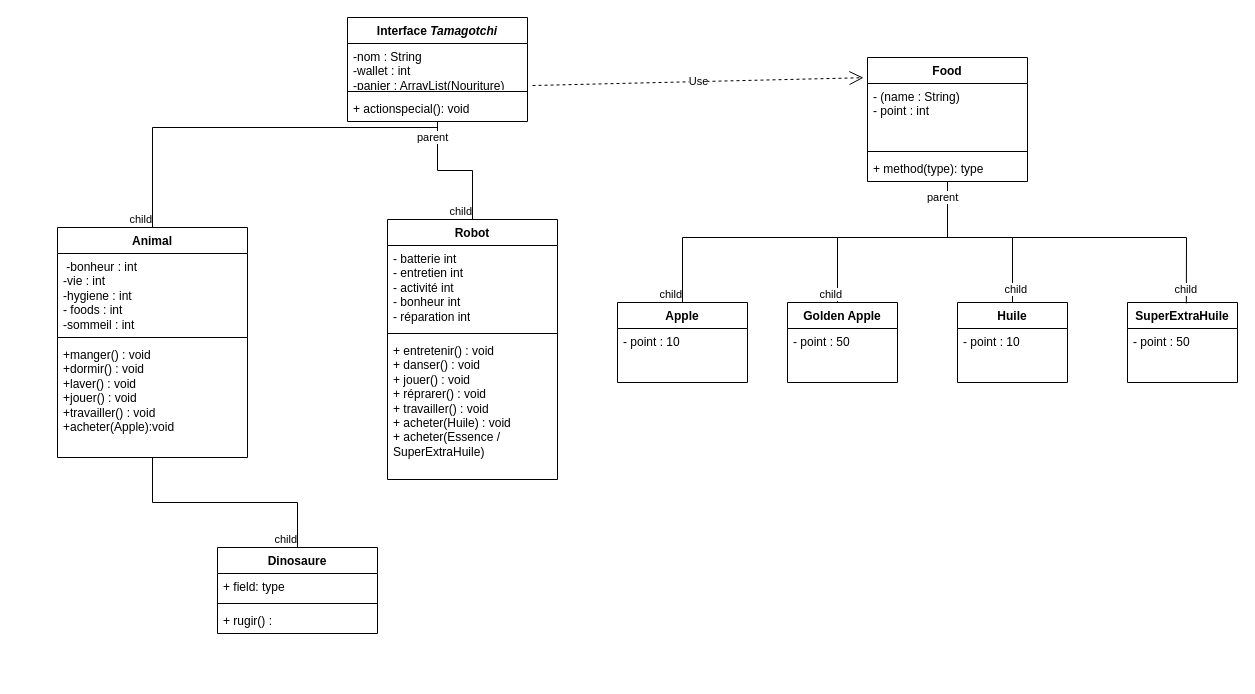
The draw.io diagram page "Page-2" (2 of 2) of Diagram.drawio in BMaurice56/Tamagotchi, before the edit. Source tidied: cells renumbered, new cells numbered last; positions are measured from the earlier drawing's top-left corner, leaving out a move shared by most shapes. Both pictures are drawn from the tidied source at 100%, with x=0, y=0 at pixel (57, 17).
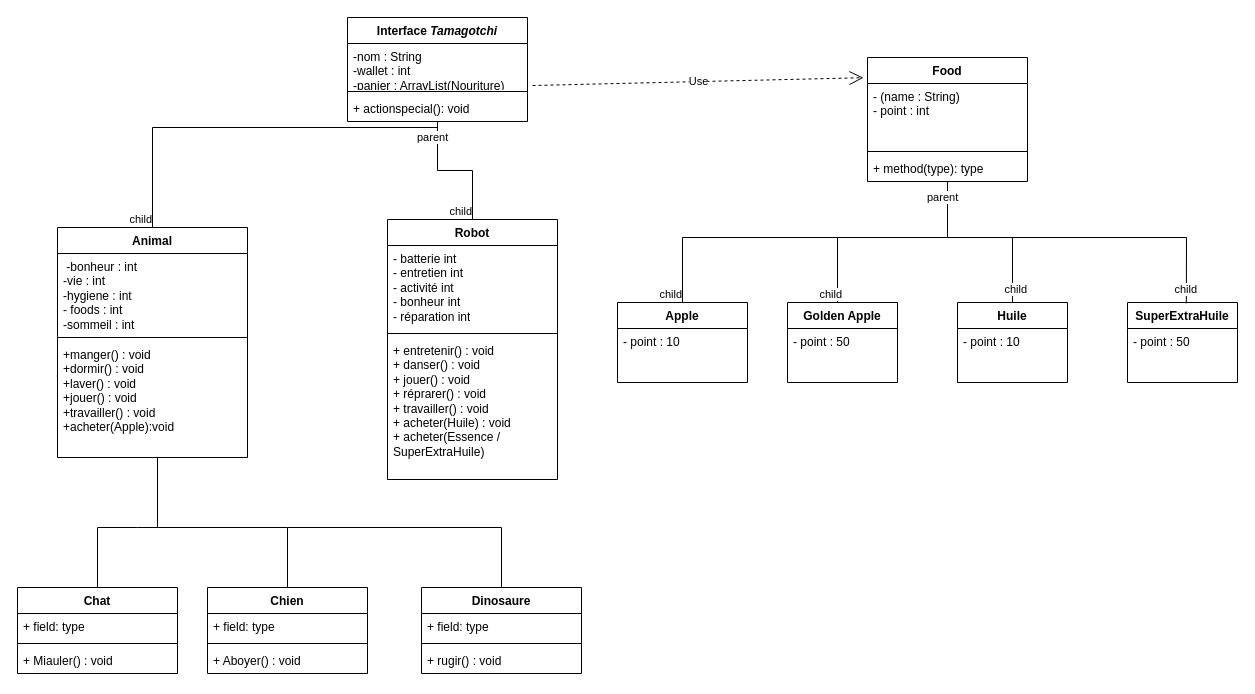
The same page after the edit.

Commit message:
Ajout animaux

The change refers to these unchanged cells:
```xml
<mxCell id="14" value="Animal" style="swimlane;fontStyle=1;align=center;verticalAlign=top;horizontal=1;startSize=26;whiteSpace=wrap;html=1;" parent="1" vertex="1">
  <mxGeometry y="210" width="190" height="230" as="geometry" />
</mxCell>
```

The edit, as a diff of the source:
```diff
@@
     <mxCell id="6" value="Dinosaure" style="swimlane;fontStyle=1;align=center;verticalAlign=top;horizontal=1;startSize=26;whiteSpace=wrap;html=1;" parent="1" vertex="1">
-      <mxGeometry x="160" y="530" width="160" height="86" as="geometry" />
+      <mxGeometry x="364" y="570" width="160" height="86" as="geometry" />
     </mxCell>
@@
-    <mxCell id="9" value="+ rugir() : " style="text;strokeColor=none;fillColor=none;align=left;verticalAlign=top;spacingLeft=4;spacingRight=4;overflow=hidden;whiteSpace=wrap;html=1;" parent="6" vertex="1">
+    <mxCell id="9" value="+ rugir() : void" style="text;strokeColor=none;fillColor=none;align=left;verticalAlign=top;spacingLeft=4;spacingRight=4;overflow=hidden;whiteSpace=wrap;html=1;" parent="6" vertex="1">
       <mxGeometry y="60" width="160" height="26" as="geometry" />
     </mxCell>
@@
-    <mxCell id="23" style="endArrow=none;html=1;edgeStyle=orthogonalEdgeStyle;rounded=0;entryX=0.5;entryY=0;entryDx=0;entryDy=0;exitX=0.5;exitY=1;exitDx=0;exitDy=0;" parent="1" edge="1" source="14" target="6">
-      <mxGeometry relative="1" as="geometry" />
-    </mxCell>
-    <mxCell id="24" value="child" style="edgeLabel;html=1;align=right;verticalAlign=bottom;" parent="23" vertex="1">
-      <mxGeometry x="1" relative="1" as="geometry" />
-    </mxCell>
@@
+    <mxCell id="48" value="Chien" style="swimlane;fontStyle=1;align=center;verticalAlign=top;horizontal=1;startSize=26;whiteSpace=wrap;html=1;" parent="1" vertex="1">
+      <mxGeometry x="150" y="570" width="160" height="86" as="geometry" />
+    </mxCell>
+    <mxCell id="49" value="+ field: type" style="text;strokeColor=none;fillColor=none;align=left;verticalAlign=top;spacingLeft=4;spacingRight=4;overflow=hidden;whiteSpace=wrap;html=1;" parent="48" vertex="1">
+      <mxGeometry y="26" width="160" height="26" as="geometry" />
+    </mxCell>
+    <mxCell id="50" style="line;strokeWidth=1;fillColor=none;align=left;verticalAlign=middle;spacingTop=-1;spacingLeft=3;spacingRight=3;labelPosition=right;strokeColor=inherit;" parent="48" vertex="1">
+      <mxGeometry y="52" width="160" height="8" as="geometry" />
+    </mxCell>
+    <mxCell id="51" value="+ Aboyer() : void" style="text;strokeColor=none;fillColor=none;align=left;verticalAlign=top;spacingLeft=4;spacingRight=4;overflow=hidden;whiteSpace=wrap;html=1;" parent="48" vertex="1">
+      <mxGeometry y="60" width="160" height="26" as="geometry" />
+    </mxCell>
+    <mxCell id="52" value="Chat" style="swimlane;fontStyle=1;align=center;verticalAlign=top;horizontal=1;startSize=26;whiteSpace=wrap;html=1;" parent="1" vertex="1">
+      <mxGeometry x="-40" y="570" width="160" height="86" as="geometry" />
+    </mxCell>
+    <mxCell id="53" value="+ field: type" style="text;strokeColor=none;fillColor=none;align=left;verticalAlign=top;spacingLeft=4;spacingRight=4;overflow=hidden;whiteSpace=wrap;html=1;" parent="52" vertex="1">
+      <mxGeometry y="26" width="160" height="26" as="geometry" />
+    </mxCell>
+    <mxCell id="54" style="line;strokeWidth=1;fillColor=none;align=left;verticalAlign=middle;spacingTop=-1;spacingLeft=3;spacingRight=3;labelPosition=right;strokeColor=inherit;" parent="52" vertex="1">
+      <mxGeometry y="52" width="160" height="8" as="geometry" />
+    </mxCell>
+    <mxCell id="55" value="+ Miauler() : void" style="text;strokeColor=none;fillColor=none;align=left;verticalAlign=top;spacingLeft=4;spacingRight=4;overflow=hidden;whiteSpace=wrap;html=1;" parent="52" vertex="1">
+      <mxGeometry y="60" width="160" height="26" as="geometry" />
+    </mxCell>
+    <mxCell id="56" style="endArrow=none;html=1;rounded=0;exitX=0.5;exitY=0;exitDx=0;exitDy=0;" parent="1" edge="1" source="52">
+      <mxGeometry relative="1" as="geometry">
+        <mxPoint x="100" y="440" as="targetPoint" />
+        <Array as="points">
+          <mxPoint x="40" y="510" />
+          <mxPoint x="80" y="510" />
+          <mxPoint x="100" y="510" />
+          <mxPoint x="100" y="490" />
+        </Array>
+      </mxGeometry>
+    </mxCell>
+    <mxCell id="57" style="endArrow=none;html=1;rounded=0;exitX=0.5;exitY=0;exitDx=0;exitDy=0;" parent="1" edge="1" source="48">
+      <mxGeometry relative="1" as="geometry">
+        <mxPoint x="100" y="440" as="targetPoint" />
+        <Array as="points">
+          <mxPoint x="230" y="510" />
+          <mxPoint x="100" y="510" />
+        </Array>
+      </mxGeometry>
+    </mxCell>
+    <mxCell id="58" style="endArrow=none;html=1;rounded=0;entryX=0.5;entryY=0;entryDx=0;entryDy=0;" parent="1" edge="1" target="6">
+      <mxGeometry relative="1" as="geometry">
+        <mxPoint x="230" y="510" as="sourcePoint" />
+        <Array as="points">
+          <mxPoint x="444" y="510" />
+        </Array>
+      </mxGeometry>
+    </mxCell>
```
